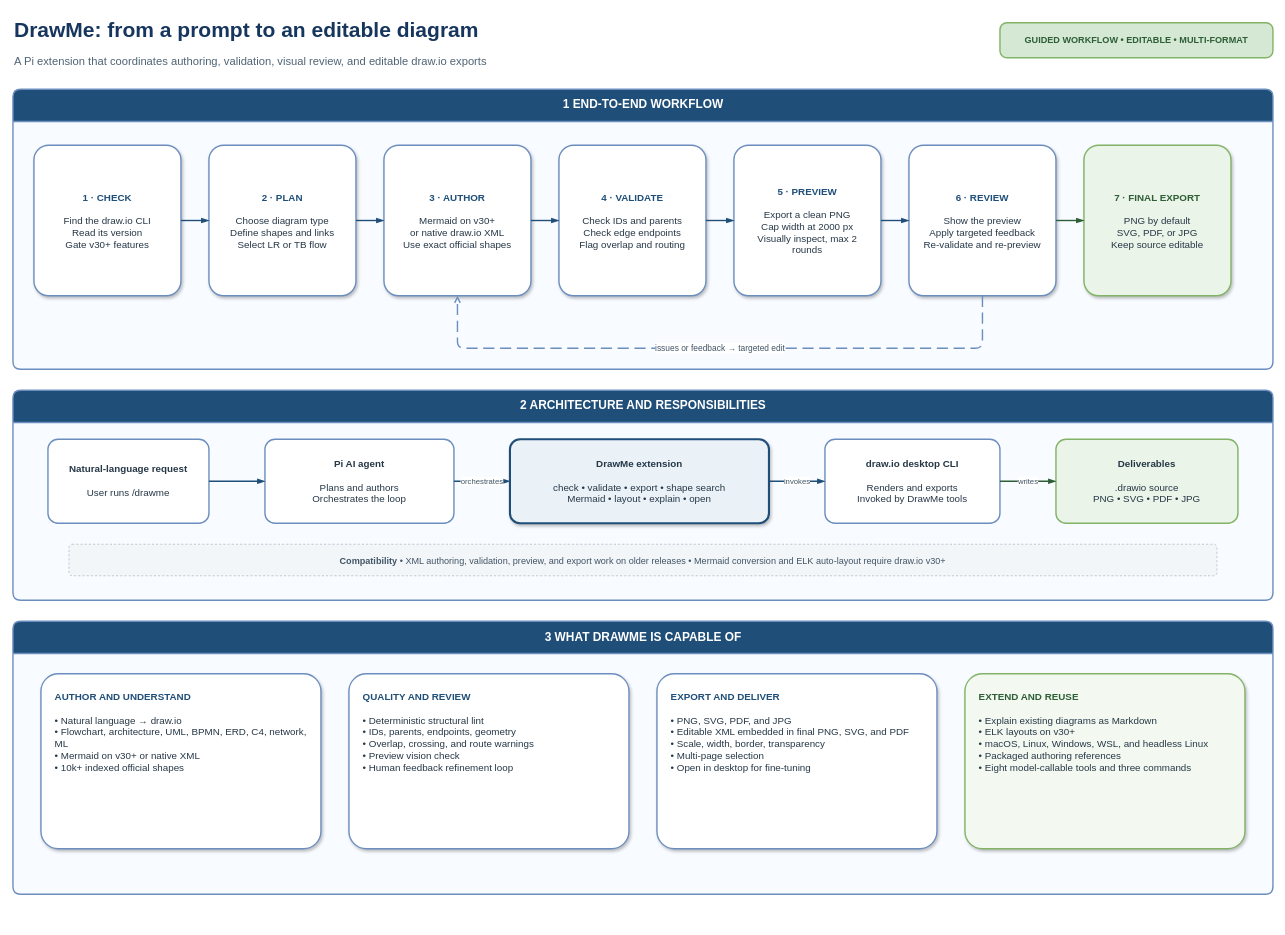
This is example/drawme-how-it-works.drawio from senad-d/DrawMe, a draw.io file, before an edit. Source tidied: cells renumbered, new cells numbered last; positions are measured from the earlier drawing's top-left corner, leaving out a move shared by most shapes. Both pictures are drawn from the tidied source at 70%, with x=0, y=0 at pixel (13, 12).
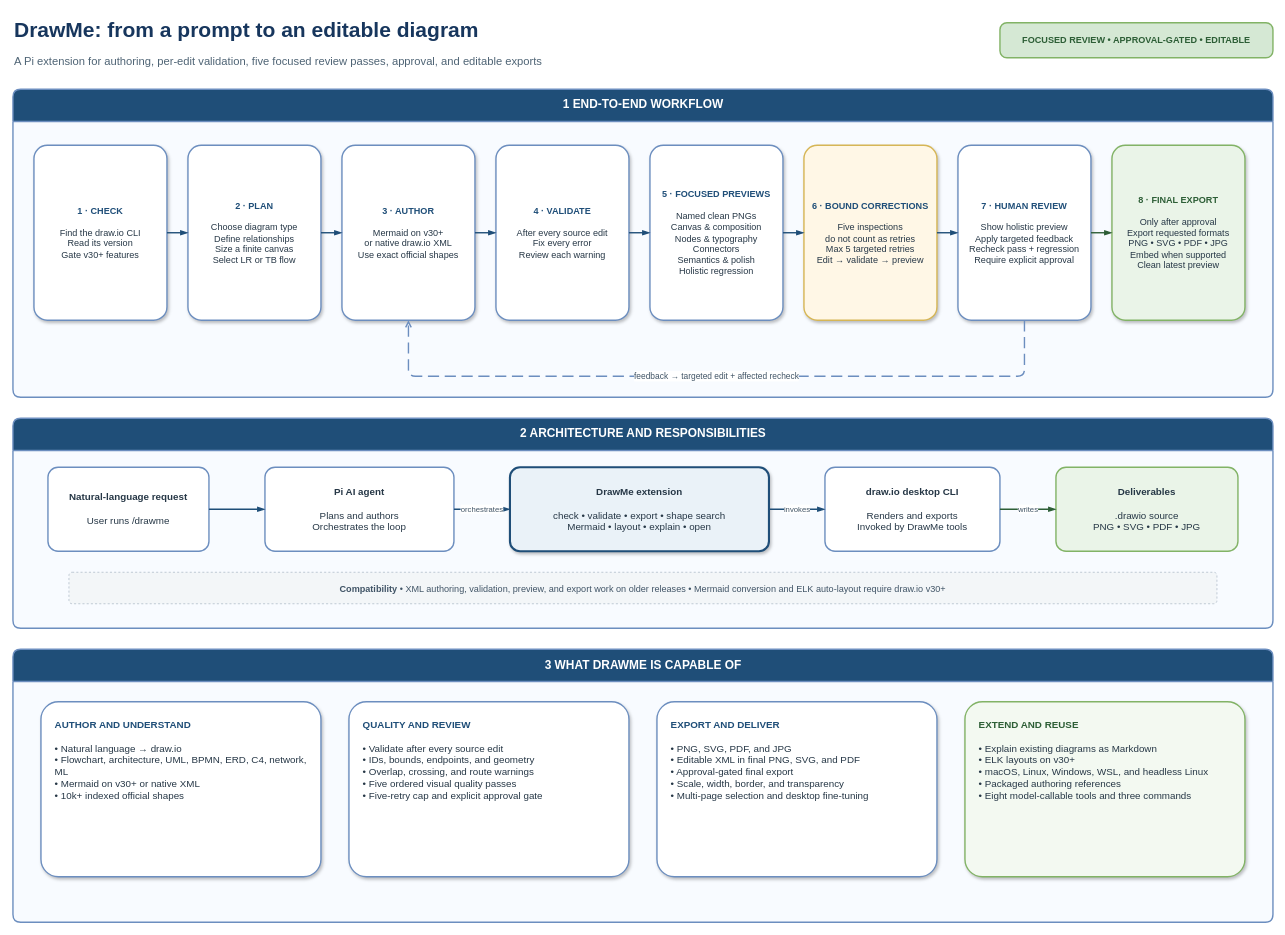
The same diagram, later.

Diff of the diagram source:
```diff
@@
-    <mxCell id="3" value="A Pi extension that coordinates authoring, validation, visual review, and editable draw.io exports" style="text;html=1;align=left;verticalAlign=middle;fontSize=16;fontColor=#4F6475;" parent="1" vertex="1">
+    <mxCell id="3" value="A Pi extension for authoring, per-edit validation, five focused review passes, approval, and editable exports" style="text;html=1;align=left;verticalAlign=middle;fontSize=16;fontColor=#4F6475;" parent="1" vertex="1">
       <mxGeometry y="50" width="1350" height="40" as="geometry" />
     </mxCell>
-    <mxCell id="4" value="GUIDED WORKFLOW  •  EDITABLE  •  MULTI-FORMAT" style="rounded=1;arcSize=20;whiteSpace=wrap;html=1;align=center;verticalAlign=middle;fontSize=13;fontStyle=1;fontColor=#2D5E36;fillColor=#D5E8D4;strokeColor=#82B366;strokeWidth=2;" parent="1" vertex="1">
+    <mxCell id="4" value="FOCUSED REVIEW  •  APPROVAL-GATED  •  EDITABLE" style="rounded=1;arcSize=20;whiteSpace=wrap;html=1;align=center;verticalAlign=middle;fontSize=13;fontStyle=1;fontColor=#2D5E36;fillColor=#D5E8D4;strokeColor=#82B366;strokeWidth=2;" parent="1" vertex="1">
       <mxGeometry x="1410" y="15" width="390" height="50" as="geometry" />
     </mxCell>
     <mxCell id="5" value="1  END-TO-END WORKFLOW" style="swimlane;horizontal=1;startSize=46;rounded=1;arcSize=8;html=1;fontSize=17;fontStyle=1;fontColor=#FFFFFF;fillColor=#1F4E78;swimlaneFillColor=#F8FBFF;strokeColor=#6C8EBF;strokeWidth=2;" parent="1" vertex="1">
-      <mxGeometry y="110" width="1800" height="400" as="geometry" />
+      <mxGeometry y="110" width="1800" height="440" as="geometry" />
     </mxCell>
-    <mxCell id="6" value="&lt;b&gt;&lt;font color=&quot;#1F4E78&quot;&gt;1 · CHECK&lt;/font&gt;&lt;/b&gt;&lt;br&gt;&lt;br&gt;Find the draw.io CLI&lt;br&gt;Read its version&lt;br&gt;Gate v30+ features" style="rounded=1;arcSize=10;whiteSpace=wrap;html=1;align=center;verticalAlign=middle;spacing=12;fontSize=14;fontColor=#263746;fillColor=#FFFFFF;strokeColor=#6C8EBF;strokeWidth=2;shadow=1;" parent="5" vertex="1">
-      <mxGeometry x="30" y="80" width="210" height="215" as="geometry" />
+    <mxCell id="6" value="&lt;b&gt;&lt;font color=&quot;#1F4E78&quot;&gt;1 · CHECK&lt;/font&gt;&lt;/b&gt;&lt;br&gt;&lt;br&gt;Find the draw.io CLI&lt;br&gt;Read its version&lt;br&gt;Gate v30+ features" style="rounded=1;arcSize=10;whiteSpace=wrap;html=1;align=center;verticalAlign=middle;spacing=10;fontSize=13;fontColor=#263746;fillColor=#FFFFFF;strokeColor=#6C8EBF;strokeWidth=2;shadow=1;" parent="5" vertex="1">
+      <mxGeometry x="30" y="80" width="190" height="250" as="geometry" />
     </mxCell>
-    <mxCell id="7" value="&lt;b&gt;&lt;font color=&quot;#1F4E78&quot;&gt;2 · PLAN&lt;/font&gt;&lt;/b&gt;&lt;br&gt;&lt;br&gt;Choose diagram type&lt;br&gt;Define shapes and links&lt;br&gt;Select LR or TB flow" style="rounded=1;arcSize=10;whiteSpace=wrap;html=1;align=center;verticalAlign=middle;spacing=12;fontSize=14;fontColor=#263746;fillColor=#FFFFFF;strokeColor=#6C8EBF;strokeWidth=2;shadow=1;" parent="5" vertex="1">
-      <mxGeometry x="280" y="80" width="210" height="215" as="geometry" />
+    <mxCell id="7" value="&lt;b&gt;&lt;font color=&quot;#1F4E78&quot;&gt;2 · PLAN&lt;/font&gt;&lt;/b&gt;&lt;br&gt;&lt;br&gt;Choose diagram type&lt;br&gt;Define relationships&lt;br&gt;Size a finite canvas&lt;br&gt;Select LR or TB flow" style="rounded=1;arcSize=10;whiteSpace=wrap;html=1;align=center;verticalAlign=middle;spacing=10;fontSize=13;fontColor=#263746;fillColor=#FFFFFF;strokeColor=#6C8EBF;strokeWidth=2;shadow=1;" parent="5" vertex="1">
+      <mxGeometry x="250" y="80" width="190" height="250" as="geometry" />
     </mxCell>
-    <mxCell id="8" value="&lt;b&gt;&lt;font color=&quot;#1F4E78&quot;&gt;3 · AUTHOR&lt;/font&gt;&lt;/b&gt;&lt;br&gt;&lt;br&gt;Mermaid on v30+&lt;br&gt;or native draw.io XML&lt;br&gt;Use exact official shapes" style="rounded=1;arcSize=10;whiteSpace=wrap;html=1;align=center;verticalAlign=middle;spacing=12;fontSize=14;fontColor=#263746;fillColor=#FFFFFF;strokeColor=#6C8EBF;strokeWidth=2;shadow=1;" parent="5" vertex="1">
-      <mxGeometry x="530" y="80" width="210" height="215" as="geometry" />
+    <mxCell id="8" value="&lt;b&gt;&lt;font color=&quot;#1F4E78&quot;&gt;3 · AUTHOR&lt;/font&gt;&lt;/b&gt;&lt;br&gt;&lt;br&gt;Mermaid on v30+&lt;br&gt;or native draw.io XML&lt;br&gt;Use exact official shapes" style="rounded=1;arcSize=10;whiteSpace=wrap;html=1;align=center;verticalAlign=middle;spacing=10;fontSize=13;fontColor=#263746;fillColor=#FFFFFF;strokeColor=#6C8EBF;strokeWidth=2;shadow=1;" parent="5" vertex="1">
+      <mxGeometry x="470" y="80" width="190" height="250" as="geometry" />
     </mxCell>
-    <mxCell id="9" value="&lt;b&gt;&lt;font color=&quot;#1F4E78&quot;&gt;4 · VALIDATE&lt;/font&gt;&lt;/b&gt;&lt;br&gt;&lt;br&gt;Check IDs and parents&lt;br&gt;Check edge endpoints&lt;br&gt;Flag overlap and routing" style="rounded=1;arcSize=10;whiteSpace=wrap;html=1;align=center;verticalAlign=middle;spacing=12;fontSize=14;fontColor=#263746;fillColor=#FFFFFF;strokeColor=#6C8EBF;strokeWidth=2;shadow=1;" parent="5" vertex="1">
-      <mxGeometry x="780" y="80" width="210" height="215" as="geometry" />
+    <mxCell id="9" value="&lt;b&gt;&lt;font color=&quot;#1F4E78&quot;&gt;4 · VALIDATE&lt;/font&gt;&lt;/b&gt;&lt;br&gt;&lt;br&gt;After every source edit&lt;br&gt;Fix every error&lt;br&gt;Review each warning" style="rounded=1;arcSize=10;whiteSpace=wrap;html=1;align=center;verticalAlign=middle;spacing=10;fontSize=13;fontColor=#263746;fillColor=#FFFFFF;strokeColor=#6C8EBF;strokeWidth=2;shadow=1;" parent="5" vertex="1">
+      <mxGeometry x="690" y="80" width="190" height="250" as="geometry" />
     </mxCell>
-    <mxCell id="10" value="&lt;b&gt;&lt;font color=&quot;#1F4E78&quot;&gt;5 · PREVIEW&lt;/font&gt;&lt;/b&gt;&lt;br&gt;&lt;br&gt;Export a clean PNG&lt;br&gt;Cap width at 2000 px&lt;br&gt;Visually inspect, max 2 rounds" style="rounded=1;arcSize=10;whiteSpace=wrap;html=1;align=center;verticalAlign=middle;spacing=12;fontSize=14;fontColor=#263746;fillColor=#FFFFFF;strokeColor=#6C8EBF;strokeWidth=2;shadow=1;" parent="5" vertex="1">
-      <mxGeometry x="1030" y="80" width="210" height="215" as="geometry" />
+    <mxCell id="10" value="&lt;b&gt;&lt;font color=&quot;#1F4E78&quot;&gt;5 · FOCUSED PREVIEWS&lt;/font&gt;&lt;/b&gt;&lt;br&gt;&lt;br&gt;Named clean PNGs&lt;br&gt;Canvas &amp;amp; composition&lt;br&gt;Nodes &amp;amp; typography&lt;br&gt;Connectors&lt;br&gt;Semantics &amp;amp; polish&lt;br&gt;Holistic regression" style="rounded=1;arcSize=10;whiteSpace=wrap;html=1;align=center;verticalAlign=middle;spacing=10;fontSize=13;fontColor=#263746;fillColor=#FFFFFF;strokeColor=#6C8EBF;strokeWidth=2;shadow=1;" parent="5" vertex="1">
+      <mxGeometry x="910" y="80" width="190" height="250" as="geometry" />
     </mxCell>
-    <mxCell id="11" value="&lt;b&gt;&lt;font color=&quot;#1F4E78&quot;&gt;6 · REVIEW&lt;/font&gt;&lt;/b&gt;&lt;br&gt;&lt;br&gt;Show the preview&lt;br&gt;Apply targeted feedback&lt;br&gt;Re-validate and re-preview" style="rounded=1;arcSize=10;whiteSpace=wrap;html=1;align=center;verticalAlign=middle;spacing=12;fontSize=14;fontColor=#263746;fillColor=#FFFFFF;strokeColor=#6C8EBF;strokeWidth=2;shadow=1;" parent="5" vertex="1">
-      <mxGeometry x="1280" y="80" width="210" height="215" as="geometry" />
+    <mxCell id="11" value="&lt;b&gt;&lt;font color=&quot;#1F4E78&quot;&gt;6 · BOUND CORRECTIONS&lt;/font&gt;&lt;/b&gt;&lt;br&gt;&lt;br&gt;Five inspections&lt;br&gt;do not count as retries&lt;br&gt;Max 5 targeted retries&lt;br&gt;Edit → validate → preview" style="rounded=1;arcSize=10;whiteSpace=wrap;html=1;align=center;verticalAlign=middle;spacing=10;fontSize=13;fontColor=#263746;fillColor=#FFF7E6;strokeColor=#D6B656;strokeWidth=2;shadow=1;" parent="5" vertex="1">
+      <mxGeometry x="1130" y="80" width="190" height="250" as="geometry" />
     </mxCell>
-    <mxCell id="12" value="&lt;b&gt;&lt;font color=&quot;#2D5E36&quot;&gt;7 · FINAL EXPORT&lt;/font&gt;&lt;/b&gt;&lt;br&gt;&lt;br&gt;PNG by default&lt;br&gt;SVG, PDF, or JPG&lt;br&gt;Keep source editable" style="rounded=1;arcSize=10;whiteSpace=wrap;html=1;align=center;verticalAlign=middle;spacing=12;fontSize=14;fontColor=#263746;fillColor=#EAF4E8;strokeColor=#82B366;strokeWidth=2;shadow=1;" parent="5" vertex="1">
-      <mxGeometry x="1530" y="80" width="210" height="215" as="geometry" />
+    <mxCell id="12" value="&lt;b&gt;&lt;font color=&quot;#1F4E78&quot;&gt;7 · HUMAN REVIEW&lt;/font&gt;&lt;/b&gt;&lt;br&gt;&lt;br&gt;Show holistic preview&lt;br&gt;Apply targeted feedback&lt;br&gt;Recheck pass + regression&lt;br&gt;Require explicit approval" style="rounded=1;arcSize=10;whiteSpace=wrap;html=1;align=center;verticalAlign=middle;spacing=10;fontSize=13;fontColor=#263746;fillColor=#FFFFFF;strokeColor=#6C8EBF;strokeWidth=2;shadow=1;" parent="5" vertex="1">
+      <mxGeometry x="1350" y="80" width="190" height="250" as="geometry" />
     </mxCell>
+    <mxCell id="36" value="&lt;b&gt;&lt;font color=&quot;#2D5E36&quot;&gt;8 · FINAL EXPORT&lt;/font&gt;&lt;/b&gt;&lt;br&gt;&lt;br&gt;Only after approval&lt;br&gt;Export requested formats&lt;br&gt;PNG • SVG • PDF • JPG&lt;br&gt;Embed when supported&lt;br&gt;Clean latest preview" style="rounded=1;arcSize=10;whiteSpace=wrap;html=1;align=center;verticalAlign=middle;spacing=10;fontSize=13;fontColor=#263746;fillColor=#EAF4E8;strokeColor=#82B366;strokeWidth=2;shadow=1;" parent="5" vertex="1">
+      <mxGeometry x="1570" y="80" width="190" height="250" as="geometry" />
+    </mxCell>
     <mxCell id="13" value="2  ARCHITECTURE AND RESPONSIBILITIES" style="swimlane;horizontal=1;startSize=46;rounded=1;arcSize=8;html=1;fontSize=17;fontStyle=1;fontColor=#FFFFFF;fillColor=#1F4E78;swimlaneFillColor=#F8FBFF;strokeColor=#6C8EBF;strokeWidth=2;" parent="1" vertex="1">
-      <mxGeometry y="540" width="1800" height="300" as="geometry" />
+      <mxGeometry y="580" width="1800" height="300" as="geometry" />
     </mxCell>
@@
     <mxCell id="20" value="3  WHAT DRAWME IS CAPABLE OF" style="swimlane;horizontal=1;startSize=46;rounded=1;arcSize=8;html=1;fontSize=17;fontStyle=1;fontColor=#FFFFFF;fillColor=#1F4E78;swimlaneFillColor=#F8FBFF;strokeColor=#6C8EBF;strokeWidth=2;" parent="1" vertex="1">
-      <mxGeometry y="870" width="1800" height="390" as="geometry" />
+      <mxGeometry y="910" width="1800" height="390" as="geometry" />
     </mxCell>
@@
-    <mxCell id="22" value="&lt;b&gt;&lt;font color=&quot;#1F4E78&quot;&gt;QUALITY AND REVIEW&lt;/font&gt;&lt;/b&gt;&lt;br&gt;&lt;br&gt;• Deterministic structural lint&lt;br&gt;• IDs, parents, endpoints, geometry&lt;br&gt;• Overlap, crossing, and route warnings&lt;br&gt;• Preview vision check&lt;br&gt;• Human feedback refinement loop" style="rounded=1;arcSize=10;whiteSpace=wrap;html=1;align=left;verticalAlign=top;spacingTop=18;spacingLeft=18;spacingRight=15;fontSize=14;fontColor=#263746;fillColor=#FFFFFF;strokeColor=#6C8EBF;strokeWidth=2;shadow=1;" parent="20" vertex="1">
+    <mxCell id="22" value="&lt;b&gt;&lt;font color=&quot;#1F4E78&quot;&gt;QUALITY AND REVIEW&lt;/font&gt;&lt;/b&gt;&lt;br&gt;&lt;br&gt;• Validate after every source edit&lt;br&gt;• IDs, bounds, endpoints, and geometry&lt;br&gt;• Overlap, crossing, and route warnings&lt;br&gt;• Five ordered visual quality passes&lt;br&gt;• Five-retry cap and explicit approval gate" style="rounded=1;arcSize=10;whiteSpace=wrap;html=1;align=left;verticalAlign=top;spacingTop=18;spacingLeft=18;spacingRight=15;fontSize=14;fontColor=#263746;fillColor=#FFFFFF;strokeColor=#6C8EBF;strokeWidth=2;shadow=1;" parent="20" vertex="1">
       <mxGeometry x="480" y="75" width="400" height="250" as="geometry" />
     </mxCell>
-    <mxCell id="23" value="&lt;b&gt;&lt;font color=&quot;#1F4E78&quot;&gt;EXPORT AND DELIVER&lt;/font&gt;&lt;/b&gt;&lt;br&gt;&lt;br&gt;• PNG, SVG, PDF, and JPG&lt;br&gt;• Editable XML embedded in final PNG, SVG, and PDF&lt;br&gt;• Scale, width, border, transparency&lt;br&gt;• Multi-page selection&lt;br&gt;• Open in desktop for fine-tuning" style="rounded=1;arcSize=10;whiteSpace=wrap;html=1;align=left;verticalAlign=top;spacingTop=18;spacingLeft=18;spacingRight=15;fontSize=14;fontColor=#263746;fillColor=#FFFFFF;strokeColor=#6C8EBF;strokeWidth=2;shadow=1;" parent="20" vertex="1">
+    <mxCell id="23" value="&lt;b&gt;&lt;font color=&quot;#1F4E78&quot;&gt;EXPORT AND DELIVER&lt;/font&gt;&lt;/b&gt;&lt;br&gt;&lt;br&gt;• PNG, SVG, PDF, and JPG&lt;br&gt;• Editable XML in final PNG, SVG, and PDF&lt;br&gt;• Approval-gated final export&lt;br&gt;• Scale, width, border, and transparency&lt;br&gt;• Multi-page selection and desktop fine-tuning" style="rounded=1;arcSize=10;whiteSpace=wrap;html=1;align=left;verticalAlign=top;spacingTop=18;spacingLeft=18;spacingRight=15;fontSize=14;fontColor=#263746;fillColor=#FFFFFF;strokeColor=#6C8EBF;strokeWidth=2;shadow=1;" parent="20" vertex="1">
       <mxGeometry x="920" y="75" width="400" height="250" as="geometry" />
     </mxCell>
@@
-    <mxCell id="30" style="edgeStyle=orthogonalEdgeStyle;rounded=1;jettySize=auto;html=1;endArrow=blockThin;endFill=1;strokeColor=#2D5E36;strokeWidth=2;exitX=1;exitY=0.5;entryX=0;entryY=0.5;" parent="1" edge="1" source="11" target="12">
+    <mxCell id="30" style="edgeStyle=orthogonalEdgeStyle;rounded=1;jettySize=auto;html=1;endArrow=blockThin;endFill=1;strokeColor=#1F4E78;strokeWidth=2;exitX=1;exitY=0.5;entryX=0;entryY=0.5;" parent="1" edge="1" source="11" target="12">
       <mxGeometry relative="1" as="geometry" />
     </mxCell>
-    <mxCell id="31" value="issues or feedback → targeted edit" style="edgeStyle=orthogonalEdgeStyle;rounded=1;jettySize=auto;html=1;endArrow=open;endFill=0;dashed=1;dashPattern=8 4;strokeColor=#6C8EBF;strokeWidth=2;fontSize=12;fontColor=#405466;labelBackgroundColor=#FFFFFF;exitX=0.5;exitY=1;entryX=0.5;entryY=1;" parent="1" edge="1" source="11" target="8">
+    <mxCell id="31" value="feedback → targeted edit + affected recheck" style="edgeStyle=orthogonalEdgeStyle;rounded=1;jettySize=auto;html=1;endArrow=open;endFill=0;dashed=1;dashPattern=8 4;strokeColor=#6C8EBF;strokeWidth=2;fontSize=12;fontColor=#405466;labelBackgroundColor=#FFFFFF;exitX=0.5;exitY=1;entryX=0.5;entryY=1;" parent="1" edge="1" source="12" target="8">
       <mxGeometry relative="1" as="geometry">
         <Array as="points">
-          <mxPoint x="1385" y="480" />
-          <mxPoint x="635" y="480" />
+          <mxPoint x="1445" y="520" />
+          <mxPoint x="565" y="520" />
         </Array>
       </mxGeometry>
     </mxCell>
+    <mxCell id="37" style="edgeStyle=orthogonalEdgeStyle;rounded=1;jettySize=auto;html=1;endArrow=blockThin;endFill=1;strokeColor=#2D5E36;strokeWidth=2;exitX=1;exitY=0.5;entryX=0;entryY=0.5;" parent="1" edge="1" source="12" target="36">
+      <mxGeometry relative="1" as="geometry" />
+    </mxCell>
```
